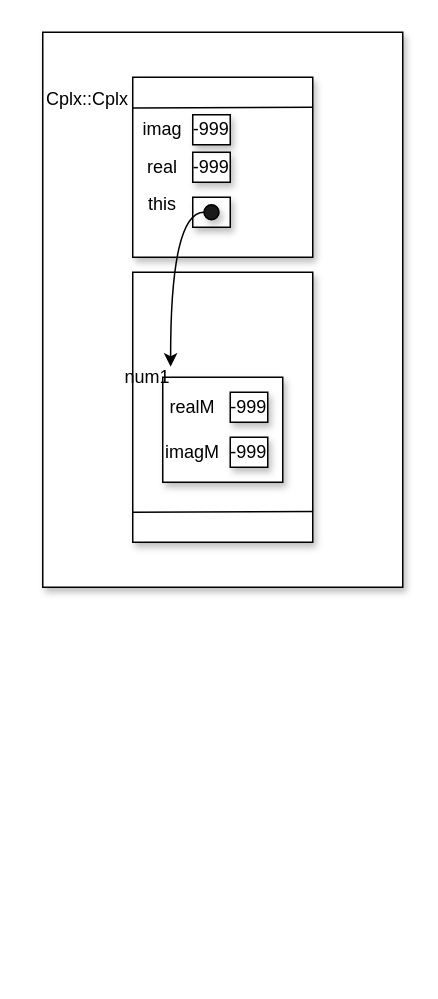
This is page "Ex_B_Point_3" (5 of 11) of ENSF_619_Lab3.drawio from ENSF-619/Lab_3, a draw.io file, before an edit. Source tidied: cells renumbered, new cells numbered last; positions are measured from the earlier drawing's top-left corner, leaving out a move shared by most shapes. Both pictures are drawn from the tidied source at 150%, with x=0, y=0 at pixel (42, 32).
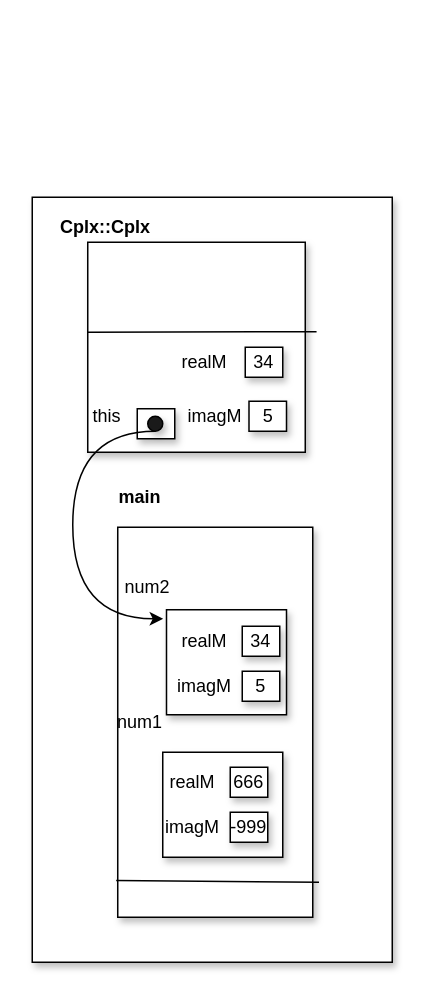
After the change.

Diff of the diagram source:
```diff
@@
-    <mxCell id="0" />
-    <mxCell id="1" parent="0" />
-    <mxCell id="2" style="rounded=0;whiteSpace=wrap;html=1;shadow=1;strokeColor=#000000;fillColor=#ffffff;" parent="1" vertex="1">
-      <mxGeometry width="240" height="370" as="geometry" />
-    </mxCell>
-    <mxCell id="3" style="rounded=0;whiteSpace=wrap;html=1;shadow=1;strokeColor=#000000;fillColor=#ffffff;" parent="1" vertex="1">
-      <mxGeometry x="60" y="160" width="120" height="180" as="geometry" />
-    </mxCell>
-    <mxCell id="4" style="endArrow=none;html=1;strokeWidth=1;entryX=1.002;entryY=0.886;entryDx=0;entryDy=0;entryPerimeter=0;" parent="1" edge="1" target="3">
-      <mxGeometry relative="1" as="geometry">
-        <mxPoint x="60" y="320" as="sourcePoint" />
-      </mxGeometry>
-    </mxCell>
-    <mxCell id="5" style="rounded=0;whiteSpace=wrap;html=1;shadow=1;strokeColor=#000000;fillColor=#ffffff;" parent="1" vertex="1">
-      <mxGeometry x="80" y="230" width="80" height="70" as="geometry" />
-    </mxCell>
+    <mxCell id="22" />
+    <mxCell id="23" parent="22" />
+    <mxCell id="24" style="rounded=0;whiteSpace=wrap;html=1;shadow=1;strokeColor=#000000;fillColor=#ffffff;" parent="23" vertex="1">
+      <mxGeometry x="-7" y="110" width="240" height="510" as="geometry" />
+    </mxCell>
+    <mxCell id="25" style="rounded=0;whiteSpace=wrap;html=1;shadow=1;strokeColor=#000000;fillColor=#ffffff;" parent="23" vertex="1">
+      <mxGeometry x="50" y="330" width="130" height="260" as="geometry" />
+    </mxCell>
+    <mxCell id="26" style="endArrow=none;html=1;strokeWidth=1;entryX=1.032;entryY=0.91;entryDx=0;entryDy=0;entryPerimeter=0;exitX=-0.008;exitY=0.906;exitDx=0;exitDy=0;exitPerimeter=0;" parent="23" edge="1" source="25" target="25">
+      <mxGeometry relative="1" as="geometry" />
+    </mxCell>
+    <mxCell id="27" style="rounded=0;whiteSpace=wrap;html=1;shadow=1;strokeColor=#000000;fillColor=#ffffff;" parent="23" vertex="1">
+      <mxGeometry x="80" y="480" width="80" height="70" as="geometry" />
+    </mxCell>
-    <mxCell id="6" value="num1" style="text;html=1;strokeColor=none;fillColor=none;align=center;verticalAlign=middle;whiteSpace=wrap;rounded=0;shadow=1;" parent="1" vertex="1">
-      <mxGeometry x="50" y="220" width="40" height="20" as="geometry" />
+    <mxCell id="6" value="num1" style="text;html=1;strokeColor=none;fillColor=none;align=center;verticalAlign=middle;whiteSpace=wrap;rounded=0;shadow=1;" parent="23" vertex="1">
+      <mxGeometry x="45" y="450" width="40" height="20" as="geometry" />
     </mxCell>
-    <mxCell id="7" style="rounded=0;whiteSpace=wrap;html=1;shadow=1;strokeColor=#000000;fillColor=#ffffff;" parent="1" vertex="1">
-      <mxGeometry x="60" y="30" width="120" height="120" as="geometry" />
-    </mxCell>
-    <mxCell id="8" style="endArrow=none;html=1;strokeWidth=1;entryX=1.002;entryY=0.886;entryDx=0;entryDy=0;entryPerimeter=0;" parent="1" edge="1">
-      <mxGeometry relative="1" as="geometry">
-        <mxPoint x="60" y="50.5" as="sourcePoint" />
-        <mxPoint x="180.2" y="50" as="targetPoint" />
-      </mxGeometry>
-    </mxCell>
-    <mxCell id="9" style="rounded=0;whiteSpace=wrap;html=1;shadow=1;strokeColor=#000000;fillColor=#ffffff;" parent="1" vertex="1">
-      <mxGeometry x="100" y="110" width="25" height="20" as="geometry" />
-    </mxCell>
-    <mxCell id="10" value="-999" style="rounded=0;whiteSpace=wrap;html=1;shadow=1;strokeColor=#000000;fillColor=#ffffff;" parent="1" vertex="1">
-      <mxGeometry x="100" y="80" width="25" height="20" as="geometry" />
-    </mxCell>
-    <mxCell id="11" value="-999" style="rounded=0;whiteSpace=wrap;html=1;shadow=1;strokeColor=#000000;fillColor=#ffffff;" parent="1" vertex="1">
-      <mxGeometry x="100" y="55" width="25" height="20" as="geometry" />
-    </mxCell>
-    <mxCell id="12" value="realM" style="text;html=1;strokeColor=none;fillColor=none;align=center;verticalAlign=middle;whiteSpace=wrap;rounded=0;shadow=1;" parent="1" vertex="1">
-      <mxGeometry x="80" y="240" width="40" height="20" as="geometry" />
-    </mxCell>
-    <mxCell id="13" value="-999" style="rounded=0;whiteSpace=wrap;html=1;shadow=1;strokeColor=#000000;fillColor=#ffffff;" parent="1" vertex="1">
-      <mxGeometry x="125" y="240" width="25" height="20" as="geometry" />
-    </mxCell>
-    <mxCell id="14" value="-999" style="rounded=0;whiteSpace=wrap;html=1;shadow=1;strokeColor=#000000;fillColor=#ffffff;" parent="1" vertex="1">
-      <mxGeometry x="125" y="270" width="25" height="20" as="geometry" />
-    </mxCell>
-    <mxCell id="15" value="imagM" style="text;html=1;strokeColor=none;fillColor=none;align=center;verticalAlign=middle;whiteSpace=wrap;rounded=0;shadow=1;" parent="1" vertex="1">
-      <mxGeometry x="80" y="270" width="40" height="20" as="geometry" />
-    </mxCell>
-    <mxCell id="16" style="edgeStyle=orthogonalEdgeStyle;curved=1;rounded=0;jettySize=auto;html=1;exitX=0;exitY=0.5;exitDx=0;exitDy=0;entryX=0.881;entryY=0.146;entryDx=0;entryDy=0;startArrow=none;startFill=0;endArrow=classic;endFill=1;strokeWidth=1;entryPerimeter=0;" parent="1" edge="1" source="17" target="6">
-      <mxGeometry relative="1" as="geometry" />
-    </mxCell>
-    <mxCell id="17" style="ellipse;whiteSpace=wrap;html=1;shadow=1;strokeColor=#000000;fillColor=#1A1A1A;" parent="1" vertex="1">
-      <mxGeometry x="107.5" y="115" width="10" height="10" as="geometry" />
-    </mxCell>
+    <mxCell id="28" value="realM" style="text;html=1;strokeColor=none;fillColor=none;align=center;verticalAlign=middle;whiteSpace=wrap;rounded=0;shadow=1;" parent="23" vertex="1">
+      <mxGeometry x="80" y="490" width="40" height="20" as="geometry" />
+    </mxCell>
+    <mxCell id="29" value="666" style="rounded=0;whiteSpace=wrap;html=1;shadow=1;strokeColor=#000000;fillColor=#ffffff;" parent="23" vertex="1">
+      <mxGeometry x="125" y="490" width="25" height="20" as="geometry" />
+    </mxCell>
+    <mxCell id="30" value="-999" style="rounded=0;whiteSpace=wrap;html=1;shadow=1;strokeColor=#000000;fillColor=#ffffff;" parent="23" vertex="1">
+      <mxGeometry x="125" y="520" width="25" height="20" as="geometry" />
+    </mxCell>
+    <mxCell id="31" value="imagM" style="text;html=1;strokeColor=none;fillColor=none;align=center;verticalAlign=middle;whiteSpace=wrap;rounded=0;shadow=1;" parent="23" vertex="1">
+      <mxGeometry x="80" y="520" width="40" height="20" as="geometry" />
+    </mxCell>
+    <mxCell id="32" style="rounded=0;whiteSpace=wrap;html=1;shadow=1;strokeColor=#000000;fillColor=#ffffff;" parent="23" vertex="1">
+      <mxGeometry x="30" y="140" width="145" height="140" as="geometry" />
+    </mxCell>
+    <mxCell id="19" value="Cplx::Cplx" style="text;html=1;strokeColor=none;fillColor=none;align=center;verticalAlign=middle;whiteSpace=wrap;rounded=0;shadow=1;fontStyle=1;" parent="23" vertex="1">
+      <mxGeometry x="23" y="120" width="38" height="20" as="geometry" />
+    </mxCell>
+    <mxCell id="33" style="rounded=0;whiteSpace=wrap;html=1;shadow=1;strokeColor=#000000;fillColor=#ffffff;" parent="23" vertex="1">
+      <mxGeometry x="82.5" y="385" width="80" height="70" as="geometry" />
+    </mxCell>
+    <mxCell id="34" value="realM" style="text;html=1;strokeColor=none;fillColor=none;align=center;verticalAlign=middle;whiteSpace=wrap;rounded=0;shadow=1;" parent="23" vertex="1">
+      <mxGeometry x="88" y="396" width="40" height="20" as="geometry" />
+    </mxCell>
+    <mxCell id="35" value="34" style="rounded=0;whiteSpace=wrap;html=1;shadow=1;strokeColor=#000000;fillColor=#ffffff;" parent="23" vertex="1">
+      <mxGeometry x="133" y="396" width="25" height="20" as="geometry" />
+    </mxCell>
+    <mxCell id="36" value="5" style="rounded=0;whiteSpace=wrap;html=1;shadow=1;strokeColor=#000000;fillColor=#ffffff;" parent="23" vertex="1">
+      <mxGeometry x="133" y="426" width="25" height="20" as="geometry" />
+    </mxCell>
+    <mxCell id="37" value="imagM" style="text;html=1;strokeColor=none;fillColor=none;align=center;verticalAlign=middle;whiteSpace=wrap;rounded=0;shadow=1;" parent="23" vertex="1">
+      <mxGeometry x="88" y="426" width="40" height="20" as="geometry" />
+    </mxCell>
+    <mxCell id="38" value="num2" style="text;html=1;strokeColor=none;fillColor=none;align=center;verticalAlign=middle;whiteSpace=wrap;rounded=0;shadow=1;" parent="23" vertex="1">
+      <mxGeometry x="50" y="360" width="40" height="20" as="geometry" />
+    </mxCell>
+    <mxCell id="39" value="realM" style="text;html=1;strokeColor=none;fillColor=none;align=center;verticalAlign=middle;whiteSpace=wrap;rounded=0;shadow=1;" parent="23" vertex="1">
+      <mxGeometry x="88" y="210" width="40" height="20" as="geometry" />
+    </mxCell>
+    <mxCell id="40" value="34" style="rounded=0;whiteSpace=wrap;html=1;shadow=1;strokeColor=#000000;fillColor=#ffffff;" parent="23" vertex="1">
+      <mxGeometry x="135" y="210" width="25" height="20" as="geometry" />
+    </mxCell>
+    <mxCell id="41" value="5" style="rounded=0;whiteSpace=wrap;html=1;shadow=1;strokeColor=#000000;fillColor=#ffffff;" parent="23" vertex="1">
+      <mxGeometry x="137.5" y="246" width="25" height="20" as="geometry" />
+    </mxCell>
+    <mxCell id="42" value="imagM" style="text;html=1;strokeColor=none;fillColor=none;align=center;verticalAlign=middle;whiteSpace=wrap;rounded=0;shadow=1;" parent="23" vertex="1">
+      <mxGeometry x="95" y="246" width="40" height="20" as="geometry" />
+    </mxCell>
+    <mxCell id="43" style="rounded=0;whiteSpace=wrap;html=1;shadow=1;strokeColor=#000000;fillColor=#ffffff;" parent="23" vertex="1">
+      <mxGeometry x="63" y="251" width="25" height="20" as="geometry" />
+    </mxCell>
+    <mxCell id="44" style="edgeStyle=orthogonalEdgeStyle;curved=1;rounded=0;jettySize=auto;html=1;exitX=0.5;exitY=1;exitDx=0;exitDy=0;startArrow=none;startFill=0;endArrow=classic;endFill=1;strokeWidth=1;entryX=-0.028;entryY=0.086;entryDx=0;entryDy=0;entryPerimeter=0;" parent="23" edge="1" source="45" target="33">
+      <mxGeometry relative="1" as="geometry">
+        <Array as="points">
+          <mxPoint x="20" y="266" />
+          <mxPoint x="20" y="391" />
+        </Array>
+      </mxGeometry>
+    </mxCell>
+    <mxCell id="45" style="ellipse;whiteSpace=wrap;html=1;shadow=1;strokeColor=#000000;fillColor=#1A1A1A;" parent="23" vertex="1">
+      <mxGeometry x="70" y="256" width="10" height="10" as="geometry" />
+    </mxCell>
-    <mxCell id="18" value="this" style="text;html=1;strokeColor=none;fillColor=none;align=center;verticalAlign=middle;whiteSpace=wrap;rounded=0;shadow=1;" parent="1" vertex="1">
-      <mxGeometry x="60" y="105" width="40" height="20" as="geometry" />
+    <mxCell id="18" value="this" style="text;html=1;strokeColor=none;fillColor=none;align=center;verticalAlign=middle;whiteSpace=wrap;rounded=0;shadow=1;" parent="23" vertex="1">
+      <mxGeometry x="23" y="246" width="40" height="20" as="geometry" />
     </mxCell>
-    <mxCell id="19" value="Cplx::Cplx" style="text;html=1;strokeColor=none;fillColor=none;align=center;verticalAlign=middle;whiteSpace=wrap;rounded=0;shadow=1;" parent="1" vertex="1">
-      <mxGeometry x="10" y="35" width="40" height="20" as="geometry" />
-    </mxCell>
-    <mxCell id="20" value="real" style="text;html=1;strokeColor=none;fillColor=none;align=center;verticalAlign=middle;whiteSpace=wrap;rounded=0;shadow=1;" parent="1" vertex="1">
-      <mxGeometry x="60" y="80" width="40" height="20" as="geometry" />
-    </mxCell>
-    <mxCell id="21" value="imag" style="text;html=1;strokeColor=none;fillColor=none;align=center;verticalAlign=middle;whiteSpace=wrap;rounded=0;shadow=1;" parent="1" vertex="1">
-      <mxGeometry x="60" y="55" width="40" height="20" as="geometry" />
-    </mxCell>
+    <mxCell id="46" value="main" style="text;html=1;strokeColor=none;fillColor=none;align=center;verticalAlign=middle;whiteSpace=wrap;rounded=0;shadow=1;fontStyle=1;" parent="23" vertex="1">
+      <mxGeometry x="45" y="300" width="40" height="20" as="geometry" />
+    </mxCell>
+    <mxCell id="47" style="endArrow=none;html=1;entryX=1.052;entryY=0.426;entryDx=0;entryDy=0;entryPerimeter=0;" parent="23" edge="1" target="32">
+      <mxGeometry relative="1" as="geometry">
+        <mxPoint x="30" y="200" as="sourcePoint" />
+      </mxGeometry>
+    </mxCell>
```
